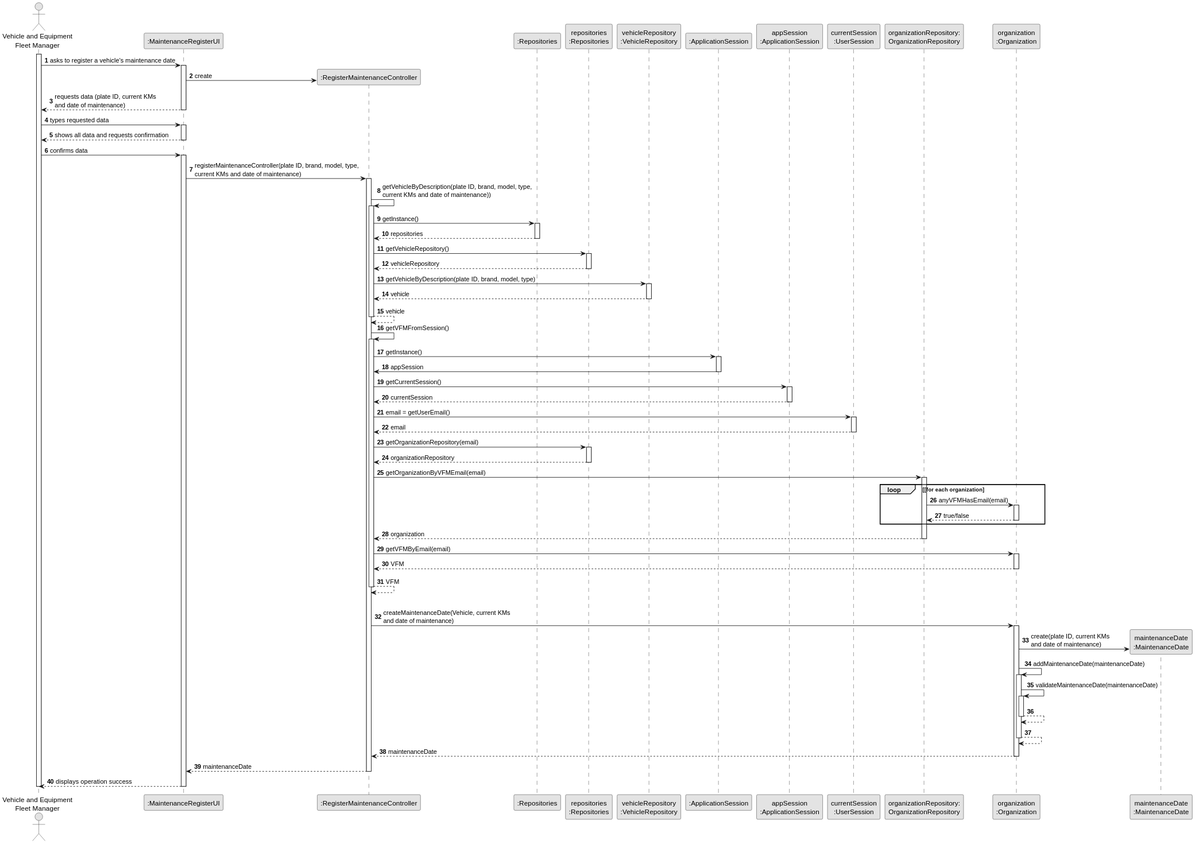
tiagosoa/lei-24-s2-1dgh-g073 keeps this PlantUML diagram as docs/sprint3/us007/03.design/svg/us007-sequence-diagram-full.svg. Above is the earlier version.
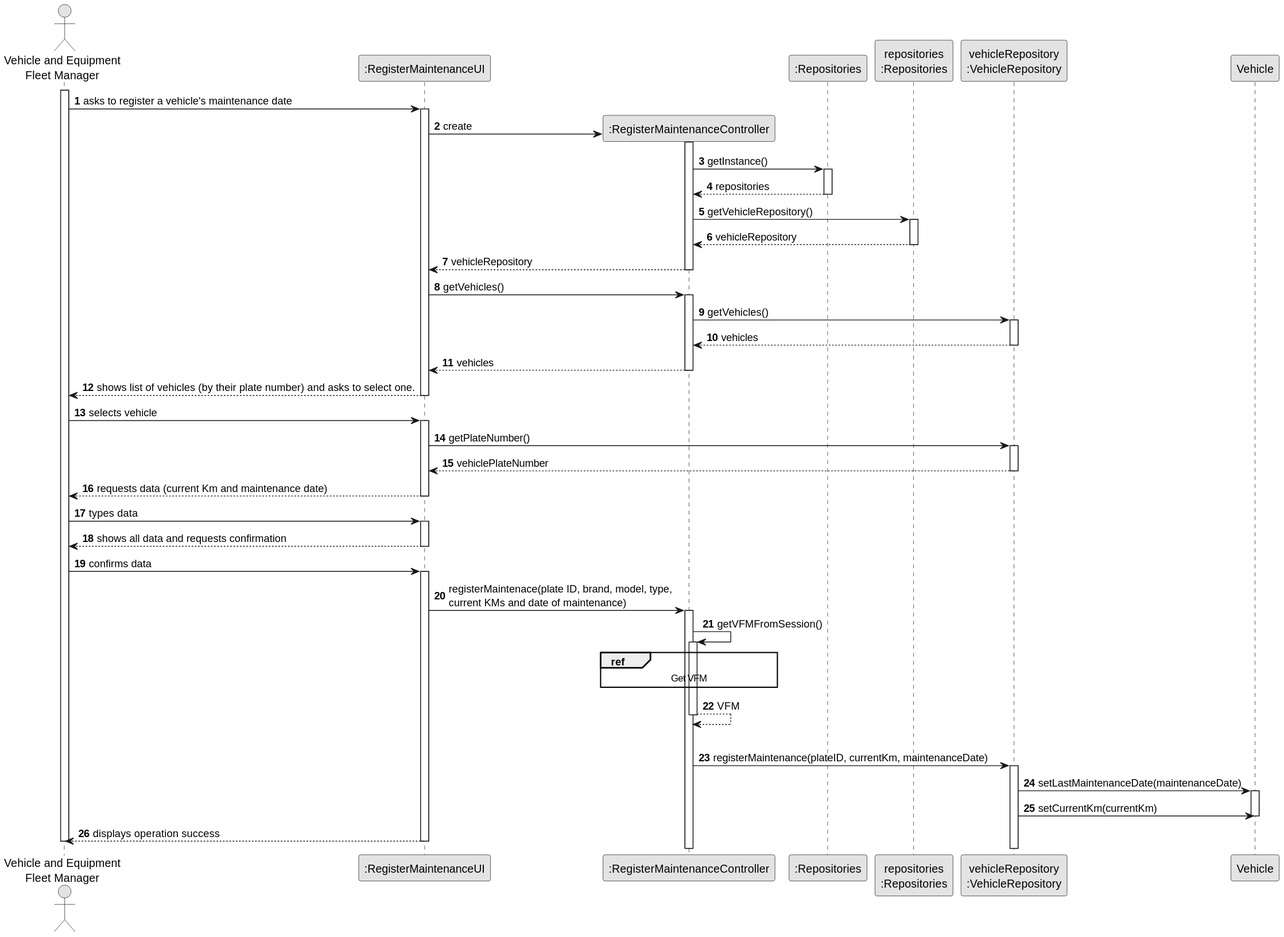
Above is the later version.

Change to the diagram source:
```diff
@@ -5,146 +5,100 @@
 
 autonumber
 
-actor "Vehicle and Equipment\nFleet Manager" as VEFL
-participant ":MaintenanceRegisterUI" as UI
-participant ":RegisterMaintenanceController" as RMC
+actor "Vehicle and Equipment\nFleet Manager" as VFM
+participant ":RegisterMaintenanceUI" as UI
+participant ":RegisterMaintenanceController" as CTRL
 participant ":Repositories" as RepositorySingleton
 participant ":Repositories" as RepositorySingleton
 participant "repositories\n:Repositories" as PLAT
 participant "vehicleRepository\n:VehicleRepository" as VR
-participant ":ApplicationSession" as _APP
-participant "appSession\n:ApplicationSession" as APP
-participant "currentSession\n:UserSession" as SESSAO
-participant "organizationRepository:\nOrganizationRepository" as OrganizationRepository
-participant "organization\n:Organization" as ORG
-participant "maintenanceDate\n:MaintenanceDate" as DATE
+participant "Vehicle" as VEICULO
 
-activate VEFL
+activate VFM
 
-        VEFL -> UI : asks to register a vehicle's maintenance date
+        VFM -> UI : asks to register a vehicle's maintenance date
 
         activate UI
 
-            UI -> RMC** : create
+            UI -> CTRL** : create
+            activate CTRL
+
+                        CTRL -> RepositorySingleton : getInstance()
+                                        activate RepositorySingleton
+
+                                            RepositorySingleton --> CTRL: repositories
+                                        deactivate RepositorySingleton
+
+                             CTRL -> PLAT : getVehicleRepository()
+                                     activate PLAT
+
+                                 PLAT --> CTRL : vehicleRepository
+                                 deactivate PLAT
+
+                                 CTRL --> UI : vehicleRepository
+                                 deactivate CTRL
+
+               UI -> CTRL : getVehicles()
+               activate CTRL
+
+                       CTRL -> VR : getVehicles()
+                               activate VR
+
+                           VR --> CTRL : vehicles
+                           deactivate VR
+
+                           CTRL --> UI : vehicles
+                           deactivate CTRL
 
 
-
-            UI --> VEFL : requests data (plate ID, current KMs \nand date of maintenance)
+            UI --> VFM : shows list of vehicles (by their plate number) and asks to select one.
         deactivate UI
 
-    VEFL -> UI : types requested data
+    VFM -> UI : selects vehicle
     activate UI
 
-        UI --> VEFL : shows all data and requests confirmation
+                   UI -> VR : getPlateNumber()
+                   activate VR
+
+                               VR --> UI : vehiclePlateNumber
+                               deactivate VR
+
+    UI --> VFM : requests data (current Km and maintenance date)
     deactivate UI
 
-    VEFL -> UI : confirms data
+    VFM -> UI : types data
     activate UI
 
-        UI -> RMC : registerMaintenanceController(plate ID, brand, model, type, \ncurrent KMs and date of maintenance)
-        activate RMC
+        UI --> VFM : shows all data and requests confirmation
+    deactivate UI
 
-                RMC -> RMC : getVehicleByDescription(plate ID, brand, model, type, \ncurrent KMs and date of maintenance))
-                activate RMC
+    VFM -> UI : confirms data
+    activate UI
 
-                    RMC -> RepositorySingleton : getInstance()
-                    activate RepositorySingleton
+        UI -> CTRL : registerMaintenace(plate ID, brand, model, type, \ncurrent KMs and date of maintenance)
+        activate CTRL
 
-                        RepositorySingleton --> RMC: repositories
-                    deactivate RepositorySingleton
+                CTRL -> CTRL : getVFMFromSession()
+                            activate CTRL
 
-                    RMC -> PLAT : getVehicleRepository()
-                    activate PLAT
+                ref over CTRL
+                Get VFM
+                end
 
-                        PLAT --> RMC : vehicleRepository
-                    deactivate PLAT
-
-                    RMC -> VR : getVehicleByDescription(plate ID, brand, model, type)
-                    activate VR
-
-                        VR --> RMC : vehicle
-                    deactivate VR
-
-                    RMC --> RMC : vehicle
-
-                deactivate RMC
-
-                RMC -> RMC : getVFMFromSession()
-                            activate RMC
-
-                                RMC -> _APP: getInstance()
-                                activate _APP
-                                    _APP -> RMC: appSession
-                                deactivate _APP
-
-
-                                RMC -> APP: getCurrentSession()
-                                activate APP
-
-                                    APP --> RMC: currentSession
-                                deactivate APP
-
-                                RMC -> SESSAO: email = getUserEmail()
-                                activate SESSAO
-
-                                    SESSAO --> RMC: email
-                                deactivate SESSAO
-
-
-                                RMC -> PLAT: getOrganizationRepository(email)
-                                activate PLAT
-
-                                    PLAT --> RMC: organizationRepository
-                                deactivate PLAT
-
-
-                                RMC -> OrganizationRepository: getOrganizationByVFMEmail(email)
-                                activate OrganizationRepository
-
-                                    loop [for each organization
-                                        OrganizationRepository -> ORG : anyVFMHasEmail(email)
-                                        activate ORG
-
-                                             ORG --> OrganizationRepository : true/false
-                                        deactivate ORG
-                                    end
-                                    OrganizationRepository --> RMC : organization
-                                deactivate OrganizationRepository
-
-                                RMC -> ORG: getVFMByEmail(email)
-                                activate ORG
-
-                                    ORG --> RMC : VFM
-                                deactivate ORG
-
-                                RMC --> RMC : VFM
-                            deactivate RMC
+                                CTRL --> CTRL : VFM
+                          deactivate CTRL
 
             |||
-            RMC -> ORG: createMaintenanceDate(Vehicle, current KMs \nand date of maintenance)
-            activate ORG
+            CTRL -> VR: registerMaintenance(plateID, currentKm, maintenanceDate)
+            activate VR
 
-                ORG -> DATE**: create(plate ID, current KMs \nand date of maintenance)
-                ORG -> ORG: addMaintenanceDate(maintenanceDate)
+                VR -> VEICULO: setLastMaintenanceDate(maintenanceDate)
+                activate VEICULO
+                VR -> VEICULO: setCurrentKm(currentKm)
+                deactivate VEICULO
 
-
-                activate ORG
-                    ORG -> ORG: validateMaintenanceDate(maintenanceDate)
-                    activate ORG
-                        ORG --> ORG
-                    deactivate ORG
-
-                    ORG --> ORG
-                deactivate ORG
-
-                ORG --> RMC : maintenanceDate
-
-            deactivate ORG
-
-            RMC --> UI: maintenanceDate
-        deactivate RMC
-            UI --> VEFL: displays operation success
+            UI --> VFM: displays operation success
     deactivate UI
 
-deactivate VEFL
+deactivate VFM
 @enduml
```
